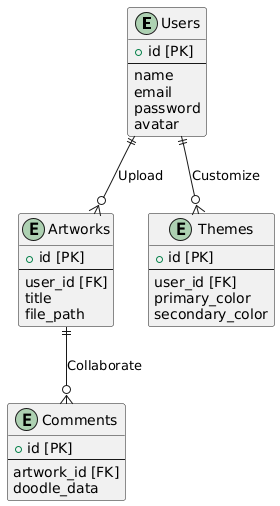
This is SM3/DAA/UAS/Gambar/erd.png from h0murasak1/PERKULIAHAN, a PlantUML export, as it was before one commit. Source of this version:
```plantuml
@startuml
entity Users {
  + id [PK]
  --
  name
  email
  password
  avatar
}

entity Artworks {
  + id [PK]
  --
  user_id [FK]
  title
  file_path
}

entity Themes {
  + id [PK]
  --
  user_id [FK]
  primary_color
  secondary_color
}

entity Comments {
  + id [PK]
  --
  artwork_id [FK]
  doodle_data
}

Users ||--o{ Artworks : "Upload"
Users ||--o{ Themes : "Customize"
Artworks ||--o{ Comments : "Collaborate"
@enduml
```
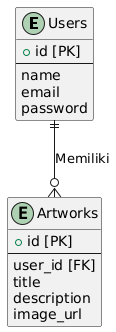
The same file after the commit.

Diff of the diagram source:
```diff
@@ -5,7 +5,6 @@
   name
   email
   password
-  avatar
 }
 
 entity Artworks {
@@ -13,25 +12,9 @@
   --
   user_id [FK]
   title
-  file_path
+  description
+  image_url
 }
 
-entity Themes {
-  + id [PK]
-  --
-  user_id [FK]
-  primary_color
-  secondary_color
-}
-
-entity Comments {
-  + id [PK]
-  --
-  artwork_id [FK]
-  doodle_data
-}
-
-Users ||--o{ Artworks : "Upload"
-Users ||--o{ Themes : "Customize"
-Artworks ||--o{ Comments : "Collaborate"
+Users ||--o{ Artworks : "Memiliki"
 @enduml
```
